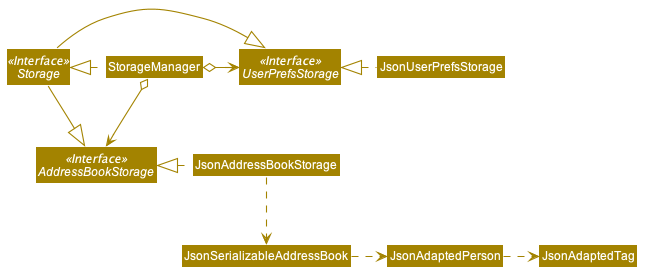
Earlier version of the PlantUML export docs/images/StorageClassDiagram.png (se-edu/addressbook-level3). The source it was exported from:
```plantuml
@startuml








skinparam BackgroundColor #FFFFFFF

skinparam Shadowing false

skinparam Class {
    FontColor #FFFFFF
    BorderThickness 1
    BorderColor #FFFFFF
    StereotypeFontColor #FFFFFF
    FontName Arial
}

skinparam Actor {
    BorderColor #000000
    Color #000000
    FontName Arial
}

skinparam Sequence {
    MessageAlign center
    BoxFontSize 15
    BoxPadding 0
    BoxFontColor #FFFFFF
    FontName Arial
}

skinparam Participant {
    FontColor #FFFFFFF
    Padding 20
}

skinparam MinClassWidth 50
skinparam ParticipantPadding 10
skinparam Shadowing false
skinparam DefaultTextAlignment center
skinparam packageStyle Rectangle

hide footbox
hide members
hide circle
skinparam arrowThickness 1.1
skinparam arrowColor #A38300
skinparam classBackgroundColor #A38300

Interface Storage <<Interface>>
Interface UserPrefsStorage <<Interface>>
Interface AddressBookStorage <<Interface>>

Class StorageManager
Class JsonUserPrefsStorage
Class JsonAddressBookStorage

StorageManager .left.|> Storage
StorageManager o-right-> UserPrefsStorage
StorageManager o--> AddressBookStorage

Storage -|> UserPrefsStorage
Storage -|> AddressBookStorage

JsonUserPrefsStorage .left.|> UserPrefsStorage
JsonAddressBookStorage .left.|> AddressBookStorage
JsonAddressBookStorage .down.> JsonSerializableAddressBook
JsonSerializableAddressBook .right.> JsonAdaptedPerson
JsonAdaptedPerson .right.> JsonAdaptedTag
@enduml
```
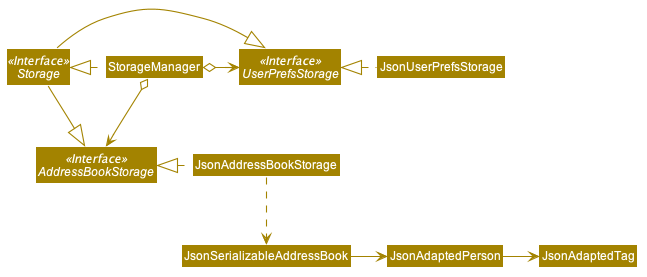
After the change.

Commit message:
DG: Update Storage class diagram to update into association arrow

Associations between JsonSerializableAddressBook and JsonAdaptedPerson as well as
JsonAdaptedPerson and JsonAdaptedTag were not correctly shown

Change to the diagram source:
```diff
@@ -69,6 +69,6 @@
 JsonUserPrefsStorage .left.|> UserPrefsStorage
 JsonAddressBookStorage .left.|> AddressBookStorage
 JsonAddressBookStorage .down.> JsonSerializableAddressBook
-JsonSerializableAddressBook .right.> JsonAdaptedPerson
-JsonAdaptedPerson .right.> JsonAdaptedTag
+JsonSerializableAddressBook -right-> JsonAdaptedPerson
+JsonAdaptedPerson -right-> JsonAdaptedTag
 @enduml
```
